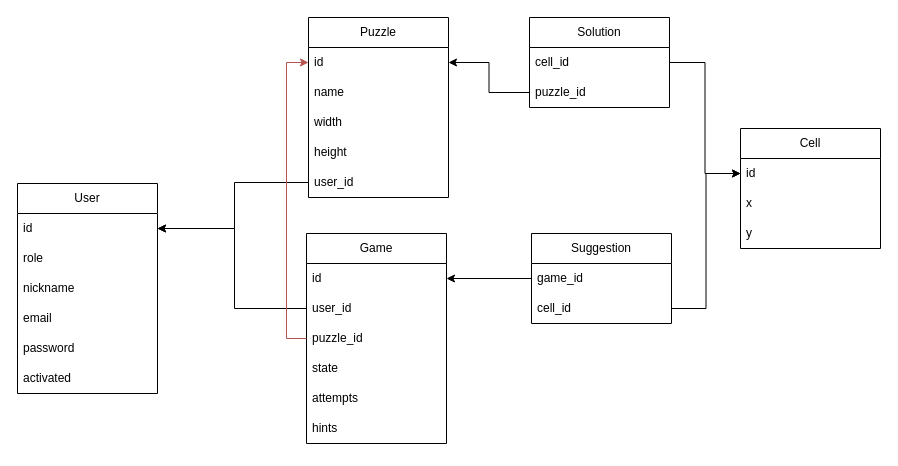
Before: db_diagram.drawio in AndrewLozychenko27/Demo-Nonogram, a draw.io diagram. Source tidied: cells renumbered, new cells numbered last; positions are measured from the earlier drawing's top-left corner, leaving out a move shared by most shapes. Both pictures are drawn from the tidied source at 100%, with x=0, y=0 at pixel (17, 17).
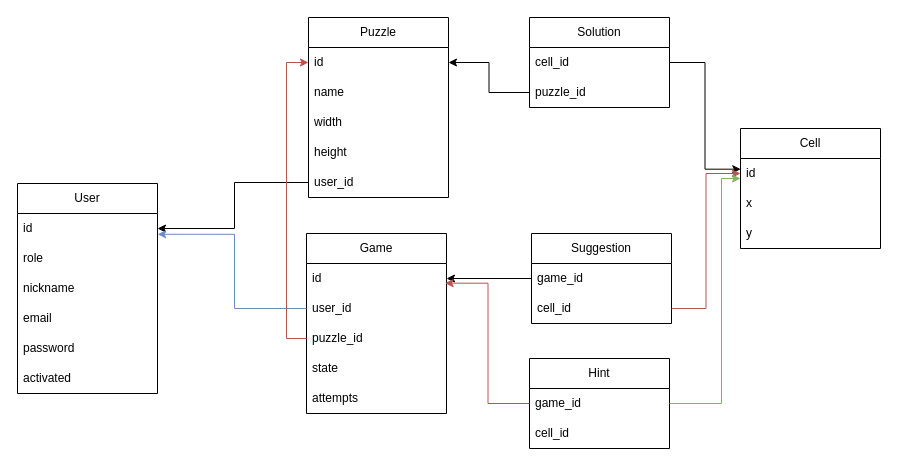
The same page after the edit.

Commit message:
Refactored DB schema

Unchanged cells that the change refers to:
```xml
<mxCell id="3" value="id" style="text;strokeColor=none;fillColor=none;align=left;verticalAlign=middle;spacingLeft=4;spacingRight=4;overflow=hidden;points=[[0,0.5],[1,0.5]];portConstraint=eastwest;whiteSpace=wrap;html=1;" parent="2" vertex="1">
  <mxGeometry y="30" width="140" height="30" as="geometry" />
</mxCell>
<mxCell id="17" value="cell_id" style="text;strokeColor=none;fillColor=none;align=left;verticalAlign=middle;spacingLeft=4;spacingRight=4;overflow=hidden;points=[[0,0.5],[1,0.5]];portConstraint=eastwest;whiteSpace=wrap;html=1;" parent="16" vertex="1">
  <mxGeometry y="30" width="140" height="30" as="geometry" />
</mxCell>
<mxCell id="20" value="id" style="text;strokeColor=none;fillColor=none;align=left;verticalAlign=middle;spacingLeft=4;spacingRight=4;overflow=hidden;points=[[0,0.5],[1,0.5]];portConstraint=eastwest;whiteSpace=wrap;html=1;" parent="19" vertex="1">
  <mxGeometry y="30" width="140" height="30" as="geometry" />
</mxCell>
<mxCell id="21" value="user_id" style="text;strokeColor=none;fillColor=none;align=left;verticalAlign=middle;spacingLeft=4;spacingRight=4;overflow=hidden;points=[[0,0.5],[1,0.5]];portConstraint=eastwest;whiteSpace=wrap;html=1;" parent="19" vertex="1">
  <mxGeometry y="60" width="140" height="30" as="geometry" />
</mxCell>
<mxCell id="28" value="cell_id" style="text;strokeColor=none;fillColor=none;align=left;verticalAlign=middle;spacingLeft=4;spacingRight=4;overflow=hidden;points=[[0,0.5],[1,0.5]];portConstraint=eastwest;whiteSpace=wrap;html=1;" parent="26" vertex="1">
  <mxGeometry y="60" width="140" height="30" as="geometry" />
</mxCell>
<mxCell id="30" value="id" style="text;strokeColor=none;fillColor=none;align=left;verticalAlign=middle;spacingLeft=4;spacingRight=4;overflow=hidden;points=[[0,0.5],[1,0.5]];portConstraint=eastwest;whiteSpace=wrap;html=1;" parent="29" vertex="1">
  <mxGeometry y="30" width="140" height="30" as="geometry" />
</mxCell>
```

The edit, as a diff of the source:
```diff
@@
     <mxCell id="19" value="Game" style="swimlane;fontStyle=0;horizontal=1;startSize=30;whiteSpace=wrap;html=1;" parent="1" vertex="1">
-      <mxGeometry x="289" y="216" width="140" height="210" as="geometry" />
+      <mxGeometry x="289" y="216" width="140" height="180" as="geometry" />
     </mxCell>
@@
-    <mxCell id="25" value="hints" style="text;strokeColor=none;fillColor=none;align=left;verticalAlign=middle;spacingLeft=4;spacingRight=4;overflow=hidden;whiteSpace=wrap;html=1;" parent="19" vertex="1">
-      <mxGeometry y="180" width="140" height="30" as="geometry" />
-    </mxCell>
@@
-    <mxCell id="34" style="edgeStyle=orthogonalEdgeStyle;rounded=0;jettySize=auto;html=1;exitX=1;exitY=0.5;exitDx=0;exitDy=0;entryX=0;entryY=0.5;entryDx=0;entryDy=0;startArrow=none;startFill=0;" parent="1" edge="1" source="17" target="30">
+    <mxCell id="34" style="edgeStyle=orthogonalEdgeStyle;rounded=0;jettySize=auto;html=1;exitX=1;exitY=0.5;exitDx=0;exitDy=0;entryX=0.002;entryY=0.356;entryDx=0;entryDy=0;startArrow=none;startFill=0;entryPerimeter=0;" parent="1" edge="1" source="17" target="30">
       <mxGeometry relative="1" as="geometry" />
     </mxCell>
-    <mxCell id="35" style="edgeStyle=orthogonalEdgeStyle;rounded=0;jettySize=auto;html=1;exitX=0;exitY=0.5;exitDx=0;exitDy=0;entryX=1;entryY=0.5;entryDx=0;entryDy=0;startArrow=none;startFill=0;" parent="1" edge="1" source="21" target="3">
+    <mxCell id="35" style="edgeStyle=orthogonalEdgeStyle;rounded=0;jettySize=auto;html=1;exitX=0;exitY=0.5;exitDx=0;exitDy=0;entryX=1.001;entryY=0.693;entryDx=0;entryDy=0;startArrow=none;startFill=0;fillColor=#dae8fc;strokeColor=#6c8ebf;entryPerimeter=0;" parent="1" edge="1" source="21" target="3">
       <mxGeometry relative="1" as="geometry">
         <Array as="points">
           <mxPoint x="217" y="291" />
-          <mxPoint x="217" y="211" />
+          <mxPoint x="217" y="216" />
+          <mxPoint x="140" y="216" />
         </Array>
       </mxGeometry>
     </mxCell>
@@
-    <mxCell id="38" style="edgeStyle=orthogonalEdgeStyle;rounded=0;jettySize=auto;html=1;exitX=1;exitY=0.5;exitDx=0;exitDy=0;entryX=0;entryY=0.5;entryDx=0;entryDy=0;startArrow=none;startFill=0;" parent="1" edge="1" source="28" target="30">
+    <mxCell id="38" style="edgeStyle=orthogonalEdgeStyle;rounded=0;jettySize=auto;html=1;exitX=1;exitY=0.5;exitDx=0;exitDy=0;entryX=0;entryY=0.5;entryDx=0;entryDy=0;startArrow=none;startFill=0;fillColor=#f8cecc;strokeColor=#b85450;" parent="1" edge="1" source="28" target="30">
       <mxGeometry relative="1" as="geometry" />
     </mxCell>
+    <mxCell id="39" value="Hint" style="swimlane;fontStyle=0;horizontal=1;startSize=30;whiteSpace=wrap;html=1;" parent="1" vertex="1">
+      <mxGeometry x="512" y="341" width="140" height="90" as="geometry" />
+    </mxCell>
+    <mxCell id="40" value="game_id" style="text;strokeColor=none;fillColor=none;align=left;verticalAlign=middle;spacingLeft=4;spacingRight=4;overflow=hidden;points=[[0,0.5],[1,0.5]];portConstraint=eastwest;whiteSpace=wrap;html=1;" parent="39" vertex="1">
+      <mxGeometry y="30" width="140" height="30" as="geometry" />
+    </mxCell>
+    <mxCell id="41" value="cell_id" style="text;strokeColor=none;fillColor=none;align=left;verticalAlign=middle;spacingLeft=4;spacingRight=4;overflow=hidden;whiteSpace=wrap;html=1;" parent="39" vertex="1">
+      <mxGeometry y="60" width="140" height="30" as="geometry" />
+    </mxCell>
+    <mxCell id="42" style="edgeStyle=orthogonalEdgeStyle;rounded=0;jettySize=auto;html=1;exitX=0;exitY=0.5;exitDx=0;exitDy=0;entryX=0.99;entryY=0.656;entryDx=0;entryDy=0;fillColor=#f8cecc;strokeColor=#b85450;entryPerimeter=0;" parent="1" edge="1" source="40" target="20">
+      <mxGeometry relative="1" as="geometry" />
+    </mxCell>
+    <mxCell id="43" style="edgeStyle=orthogonalEdgeStyle;rounded=0;jettySize=auto;html=1;exitX=1;exitY=0.5;exitDx=0;exitDy=0;fillColor=#d5e8d4;strokeColor=#82b366;" parent="1" edge="1" source="40" target="30">
+      <mxGeometry relative="1" as="geometry">
+        <Array as="points">
+          <mxPoint x="704" y="386" />
+          <mxPoint x="704" y="161" />
+        </Array>
+      </mxGeometry>
+    </mxCell>
```
